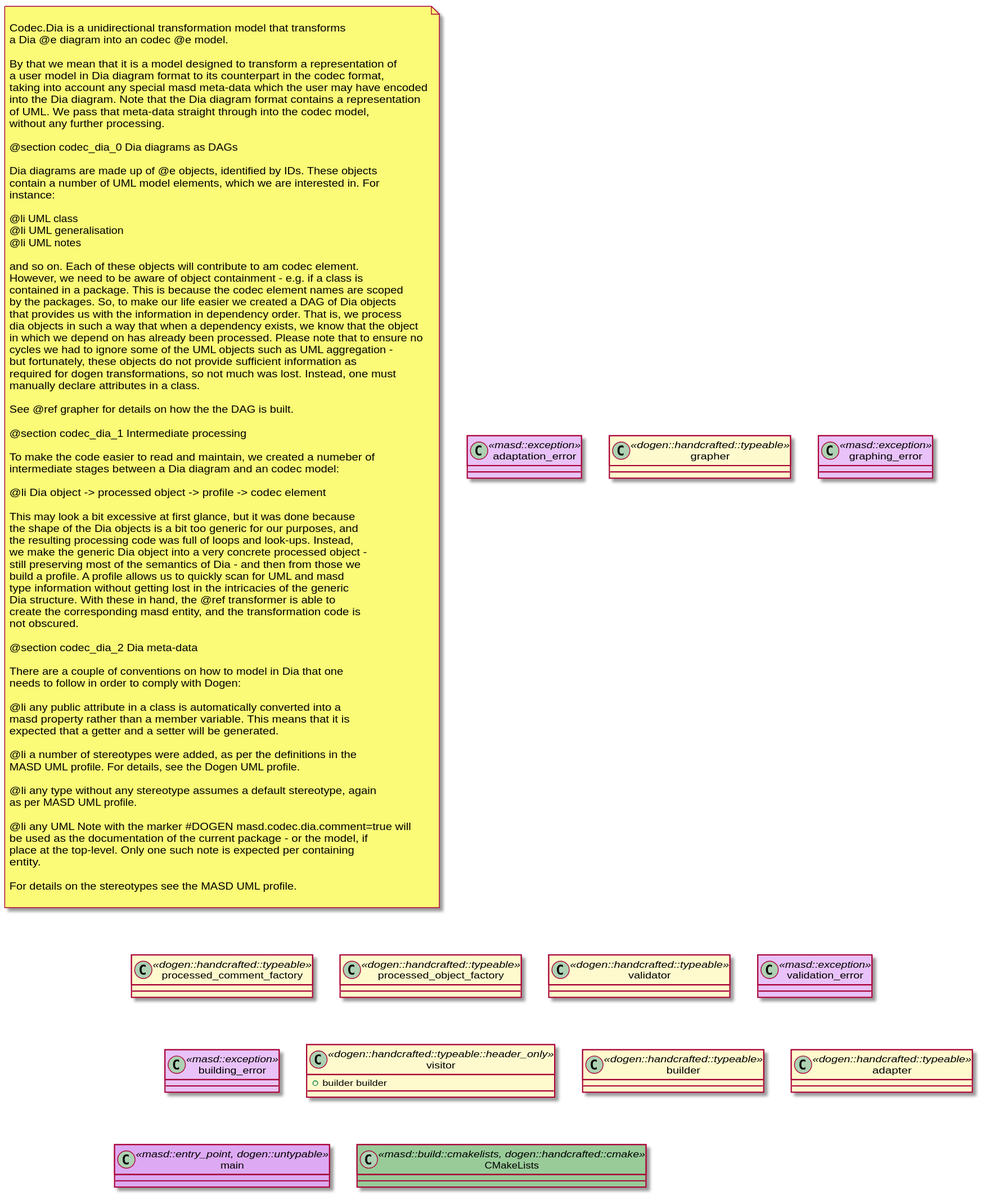
Before: projects/dogen.models/plantuml/dogen.codec.dia.svg, a diagram exported from PlantUML (MASD-Project/dogen).
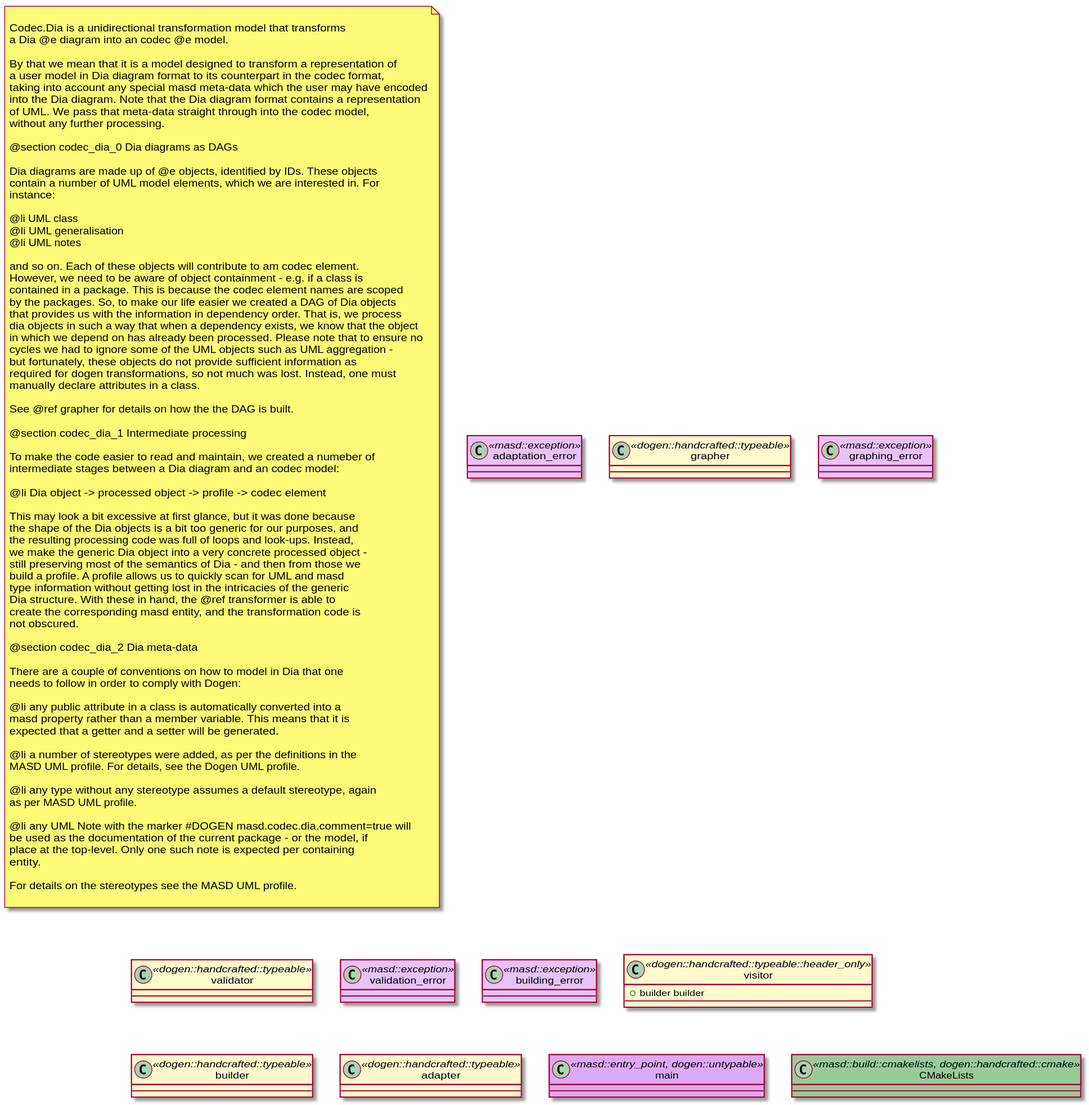
After the change.

Commit message:
codec.dia: remove processed comment and object factories

Change to the diagram source:
```diff
@@ -87,12 +87,6 @@
 class graphing_error <<masd::exception>> #E8C2F8 {
 }
 
-class processed_comment_factory <<dogen::handcrafted::typeable>> #FFFACD {
-}
-
-class processed_object_factory <<dogen::handcrafted::typeable>> #FFFACD {
-}
-
 class validator <<dogen::handcrafted::typeable>> #FFFACD {
 }
 
```
